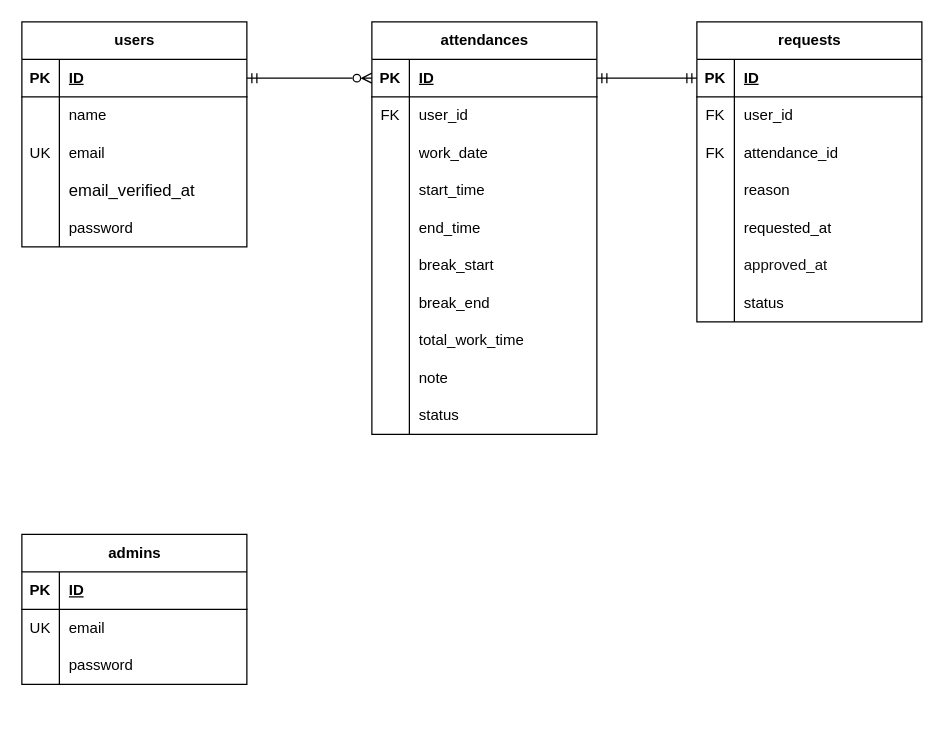
The draw.io diagram src/docs/er-diagram.drawio in YAMADAMASAYUKI516/mock-project2, before the edit. Source tidied: cells renumbered, new cells numbered last; positions are measured from the earlier drawing's top-left corner, leaving out a move shared by most shapes. Both pictures are drawn from the tidied source at 125%, with x=0, y=0 at pixel (21, 21).
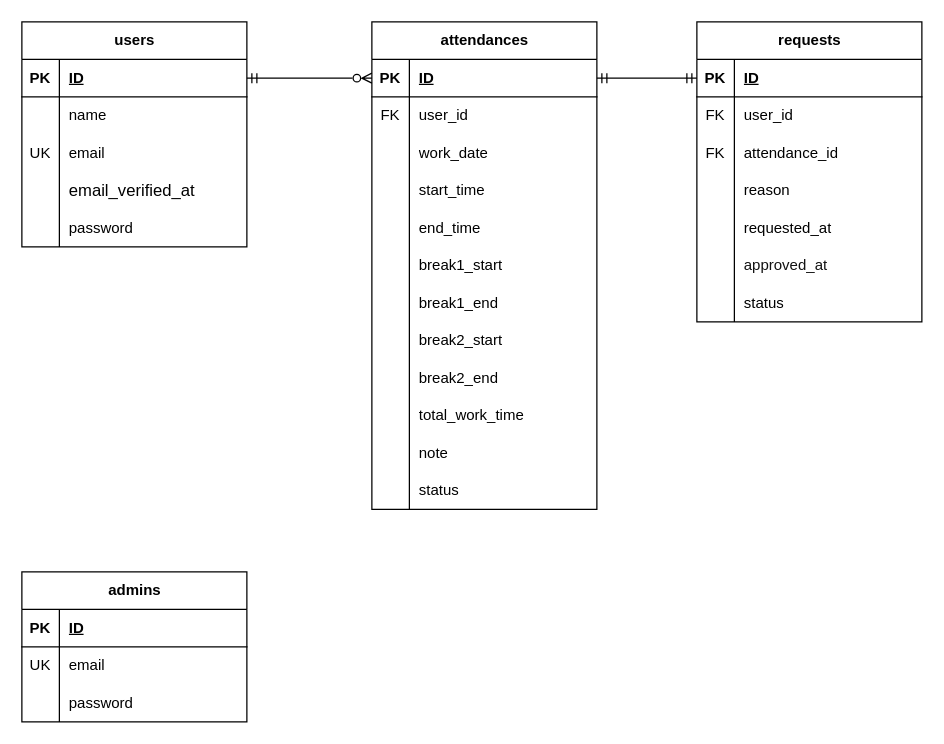
The same diagram, later.

Unchanged cells that the change refers to:
```xml
<mxCell id="35" style="shape=tableRow;horizontal=0;startSize=0;swimlaneHead=0;swimlaneBody=0;fillColor=none;top=0;left=0;right=0;bottom=0;" parent="19" vertex="1">
  <mxGeometry y="180" width="180" height="30" as="geometry" />
</mxCell>
<mxCell id="38" style="shape=tableRow;horizontal=0;startSize=0;swimlaneHead=0;swimlaneBody=0;fillColor=none;top=0;left=0;right=0;bottom=0;" parent="19" vertex="1">
  <mxGeometry y="210" width="180" height="30" as="geometry" />
</mxCell>
```

What changed in the source:
```diff
@@
     <mxCell id="19" value="attendances" style="shape=table;startSize=30;childLayout=tableLayout;rowLines=0;fontStyle=1;align=center;html=1;" parent="1" vertex="1">
-      <mxGeometry x="280" width="180" height="330" as="geometry" />
+      <mxGeometry x="280" width="180" height="390" as="geometry" />
     </mxCell>
@@
-    <mxCell id="37" value="break_start" style="shape=partialRectangle;fillColor=none;top=0;left=0;bottom=0;right=0;align=left;spacingLeft=6;overflow=hidden;whiteSpace=wrap;html=1;" parent="35" vertex="1">
+    <mxCell id="37" value="break1_start" style="shape=partialRectangle;fillColor=none;top=0;left=0;bottom=0;right=0;align=left;spacingLeft=6;overflow=hidden;whiteSpace=wrap;html=1;" parent="35" vertex="1">
       <mxGeometry x="30" width="150" height="30" as="geometry" />
     </mxCell>
@@
-    <mxCell id="40" value="break_end" style="shape=partialRectangle;fillColor=none;top=0;left=0;bottom=0;right=0;align=left;spacingLeft=6;overflow=hidden;whiteSpace=wrap;html=1;" parent="38" vertex="1">
+    <mxCell id="40" value="break1_end" style="shape=partialRectangle;fillColor=none;top=0;left=0;bottom=0;right=0;align=left;spacingLeft=6;overflow=hidden;whiteSpace=wrap;html=1;" parent="38" vertex="1">
       <mxGeometry x="30" width="150" height="30" as="geometry" />
     </mxCell>
+    <mxCell id="83" style="shape=tableRow;horizontal=0;startSize=0;swimlaneHead=0;swimlaneBody=0;fillColor=none;top=0;left=0;right=0;bottom=0;" parent="19" vertex="1">
+      <mxGeometry y="240" width="180" height="30" as="geometry" />
+    </mxCell>
+    <mxCell id="84" style="shape=partialRectangle;fillColor=none;top=0;left=0;bottom=0;right=0;overflow=hidden;whiteSpace=wrap;html=1;" parent="83" vertex="1">
+      <mxGeometry width="30" height="30" as="geometry" />
+    </mxCell>
+    <mxCell id="85" value="break2_start" style="shape=partialRectangle;fillColor=none;top=0;left=0;bottom=0;right=0;align=left;spacingLeft=6;overflow=hidden;whiteSpace=wrap;html=1;" parent="83" vertex="1">
+      <mxGeometry x="30" width="150" height="30" as="geometry" />
+    </mxCell>
+    <mxCell id="86" style="shape=tableRow;horizontal=0;startSize=0;swimlaneHead=0;swimlaneBody=0;fillColor=none;top=0;left=0;right=0;bottom=0;" parent="19" vertex="1">
+      <mxGeometry y="270" width="180" height="30" as="geometry" />
+    </mxCell>
+    <mxCell id="87" style="shape=partialRectangle;fillColor=none;top=0;left=0;bottom=0;right=0;overflow=hidden;whiteSpace=wrap;html=1;" parent="86" vertex="1">
+      <mxGeometry width="30" height="30" as="geometry" />
+    </mxCell>
+    <mxCell id="88" value="break2_end" style="shape=partialRectangle;fillColor=none;top=0;left=0;bottom=0;right=0;align=left;spacingLeft=6;overflow=hidden;whiteSpace=wrap;html=1;" parent="86" vertex="1">
+      <mxGeometry x="30" width="150" height="30" as="geometry" />
+    </mxCell>
     <mxCell id="41" style="shape=tableRow;horizontal=0;startSize=0;swimlaneHead=0;swimlaneBody=0;fillColor=none;top=0;left=0;right=0;bottom=0;" parent="19" vertex="1">
-      <mxGeometry y="240" width="180" height="30" as="geometry" />
+      <mxGeometry y="300" width="180" height="30" as="geometry" />
     </mxCell>
@@
     <mxCell id="44" style="shape=tableRow;horizontal=0;startSize=0;swimlaneHead=0;swimlaneBody=0;fillColor=none;top=0;left=0;right=0;bottom=0;" parent="19" vertex="1">
-      <mxGeometry y="270" width="180" height="30" as="geometry" />
+      <mxGeometry y="330" width="180" height="30" as="geometry" />
     </mxCell>
@@
     <mxCell id="47" style="shape=tableRow;horizontal=0;startSize=0;swimlaneHead=0;swimlaneBody=0;fillColor=none;top=0;left=0;right=0;bottom=0;" parent="19" vertex="1">
-      <mxGeometry y="300" width="180" height="30" as="geometry" />
+      <mxGeometry y="360" width="180" height="30" as="geometry" />
     </mxCell>
@@
     <mxCell id="73" value="admins" style="shape=table;startSize=30;childLayout=tableLayout;rowLines=0;fontStyle=1;align=center;html=1;" parent="1" vertex="1">
-      <mxGeometry y="410" width="180" height="120" as="geometry" />
+      <mxGeometry y="440" width="180" height="120" as="geometry" />
     </mxCell>
```
